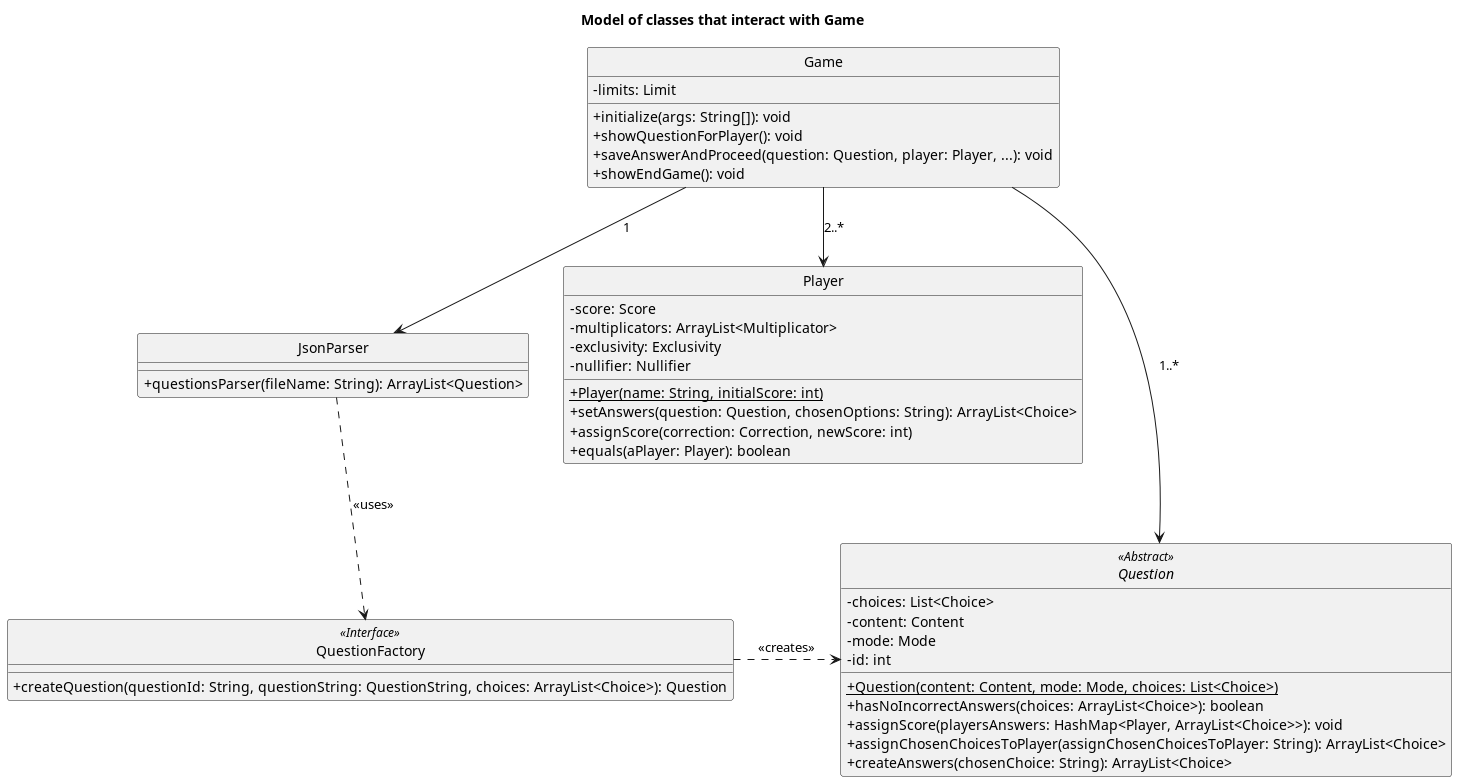
Before: UML files/ClassDiagramGameInteractionsModel.png, a diagram exported from PlantUML (agpelliciari/TP2-Algo-III).
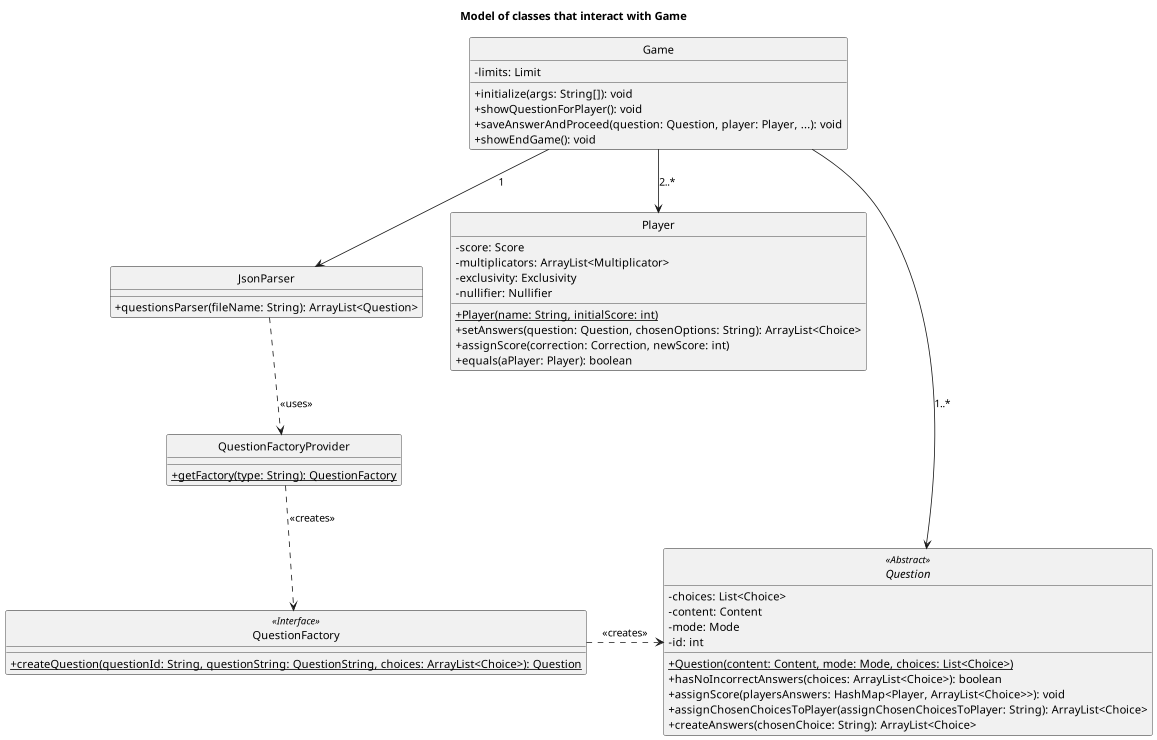
After the change.

Change to the diagram source:
```diff
@@ -41,16 +41,22 @@
 +questionsParser(fileName: String): ArrayList<Question>
 }
 
+class QuestionFactoryProvider{
++{static}getFactory(type: String): QuestionFactory
+}
+
 class QuestionFactory{
-+createQuestion(questionId: String, questionString: QuestionString, choices: ArrayList<Choice>): Question
++{static}createQuestion(questionId: String, questionString: QuestionString, choices: ArrayList<Choice>): Question
 }
 
 Game --> Question:1..*
 Game --> Player:2..*
 Game --> JsonParser:1
 
-JsonParser ..> QuestionFactory: <<uses>>
+JsonParser ..> QuestionFactoryProvider: <<uses>>
 QuestionFactory .> Question: "<<creates>>"
+
+QuestionFactoryProvider ..> QuestionFactory: "<<creates>>"
 
 Question <<Abstract>>
 QuestionFactory <<Interface>>
```
